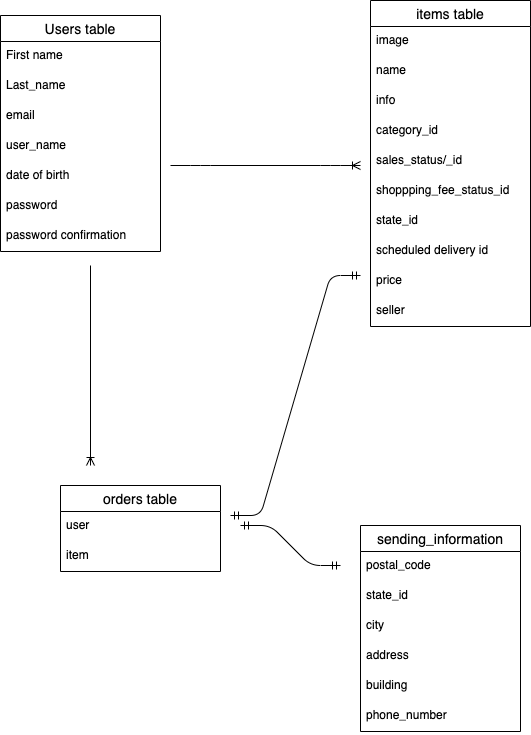
Lisakinomayoi/furiko keeps this draw.io diagram as test.png. Above is the earlier version. Source tidied: cells renumbered, new cells last; positions are measured from the earlier drawing's top-left corner, leaving out a move shared by most shapes.
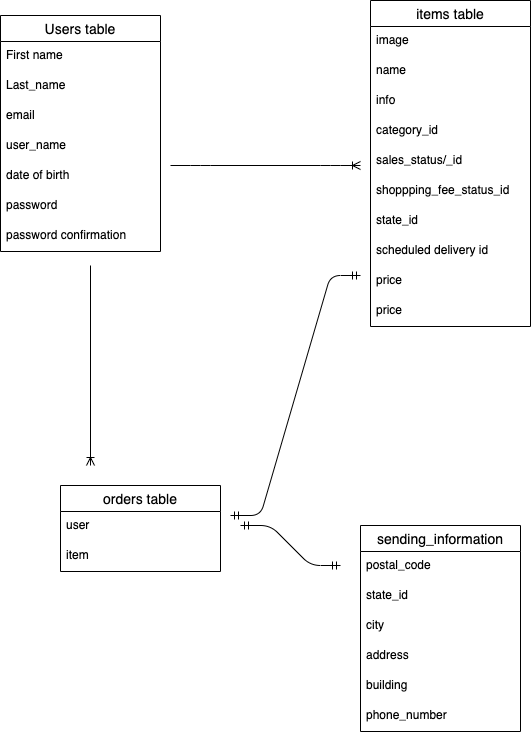
After the commit.

Diff of the diagram source:
```diff
@@ -53,12 +53,12 @@
     <mxCell id="18" value="scheduled delivery id" style="text;strokeColor=none;fillColor=none;spacingLeft=4;spacingRight=4;overflow=hidden;fontSize=12;" parent="10" vertex="1">
       <mxGeometry y="236" width="160" height="30" as="geometry" />
     </mxCell>
+    <mxCell id="35" value="price" style="text;strokeColor=none;fillColor=none;spacingLeft=4;spacingRight=4;overflow=hidden;fontSize=12;" parent="10" vertex="1">
+      <mxGeometry y="266" width="160" height="30" as="geometry" />
+    </mxCell>
     <mxCell id="19" value="price" style="text;strokeColor=none;fillColor=none;spacingLeft=4;spacingRight=4;overflow=hidden;fontSize=12;" parent="10" vertex="1">
-      <mxGeometry y="266" width="160" height="30" as="geometry" />
+      <mxGeometry y="296" width="160" height="30" as="geometry" />
     </mxCell>
-    <mxCell id="20" value="seller" style="text;strokeColor=none;fillColor=none;spacingLeft=4;spacingRight=4;overflow=hidden;fontSize=12;" parent="10" vertex="1">
-      <mxGeometry y="296" width="160" height="30" as="geometry" />
-    </mxCell>
     <mxCell id="21" style="edgeStyle=entityRelationEdgeStyle;fontSize=12;html=1;endArrow=ERoneToMany;" parent="1" edge="1">
       <mxGeometry relative="1" as="geometry">
         <mxPoint x="170" y="165" as="sourcePoint" />
```
